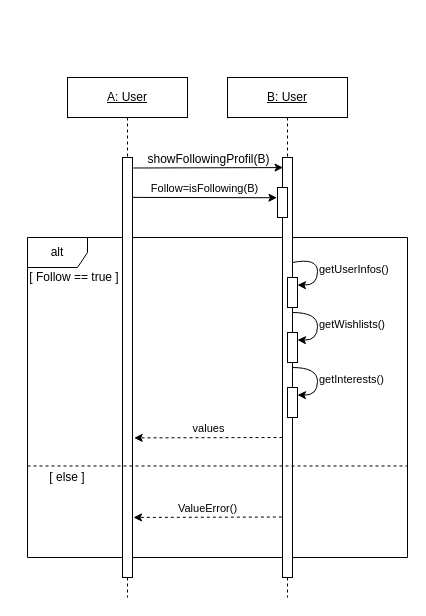
Above: Diagrammes/SequenceDiagrams/showFollowingProfil.drawio in NNepper/LSINF1225-2020-GroupeL1.1-WishList (draw.io), before the change. Source tidied: cells renumbered, new cells numbered last; positions are measured from the earlier drawing's top-left corner, leaving out a move shared by most shapes. Both pictures are drawn from the tidied source at 100%, with x=0, y=0 at pixel (17, 77).
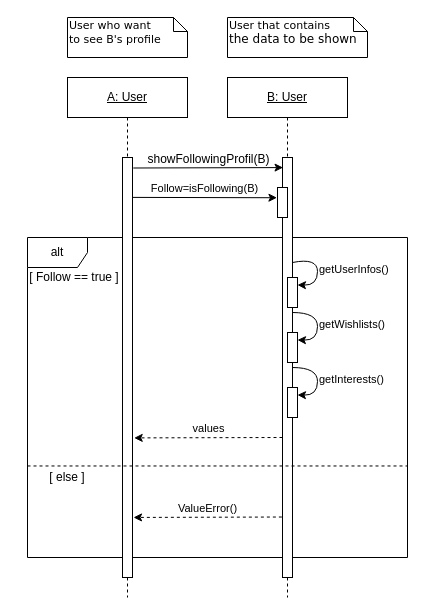
After the change.

Diff of the diagram source:
```diff
@@
+    <mxCell id="26" value="&lt;font style=&quot;font-size: 11px&quot;&gt;User who want&lt;br&gt;to see B's profile&lt;/font&gt;" style="shape=note;whiteSpace=wrap;html=1;size=14;verticalAlign=top;align=left;spacingTop=-6;rounded=0;shadow=0;comic=0;labelBackgroundColor=none;strokeWidth=1;fontFamily=Verdana;fontSize=12;" parent="1" vertex="1">
+      <mxGeometry x="50" y="-60" width="120" height="40" as="geometry" />
+    </mxCell>
+    <mxCell id="27" value="&lt;span style=&quot;font-size: 11px&quot;&gt;User that contains&lt;br&gt;&lt;/span&gt;the data to be shown" style="shape=note;whiteSpace=wrap;html=1;size=14;verticalAlign=top;align=left;spacingTop=-6;rounded=0;shadow=0;comic=0;labelBackgroundColor=none;strokeWidth=1;fontFamily=Verdana;fontSize=12;" parent="1" vertex="1">
+      <mxGeometry x="210" y="-60" width="140" height="40" as="geometry" />
+    </mxCell>
```
